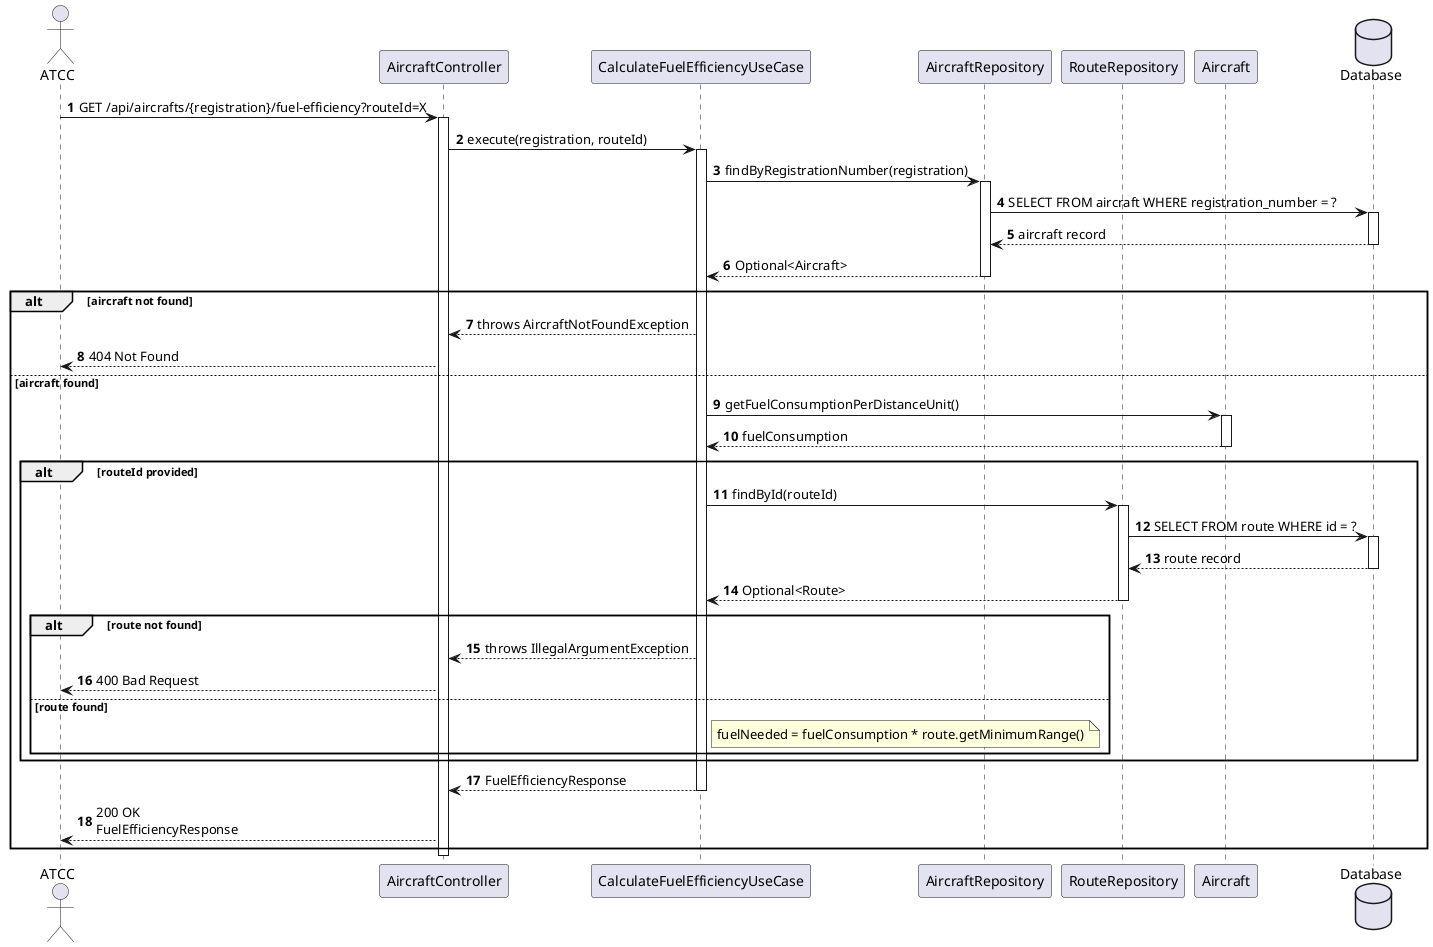
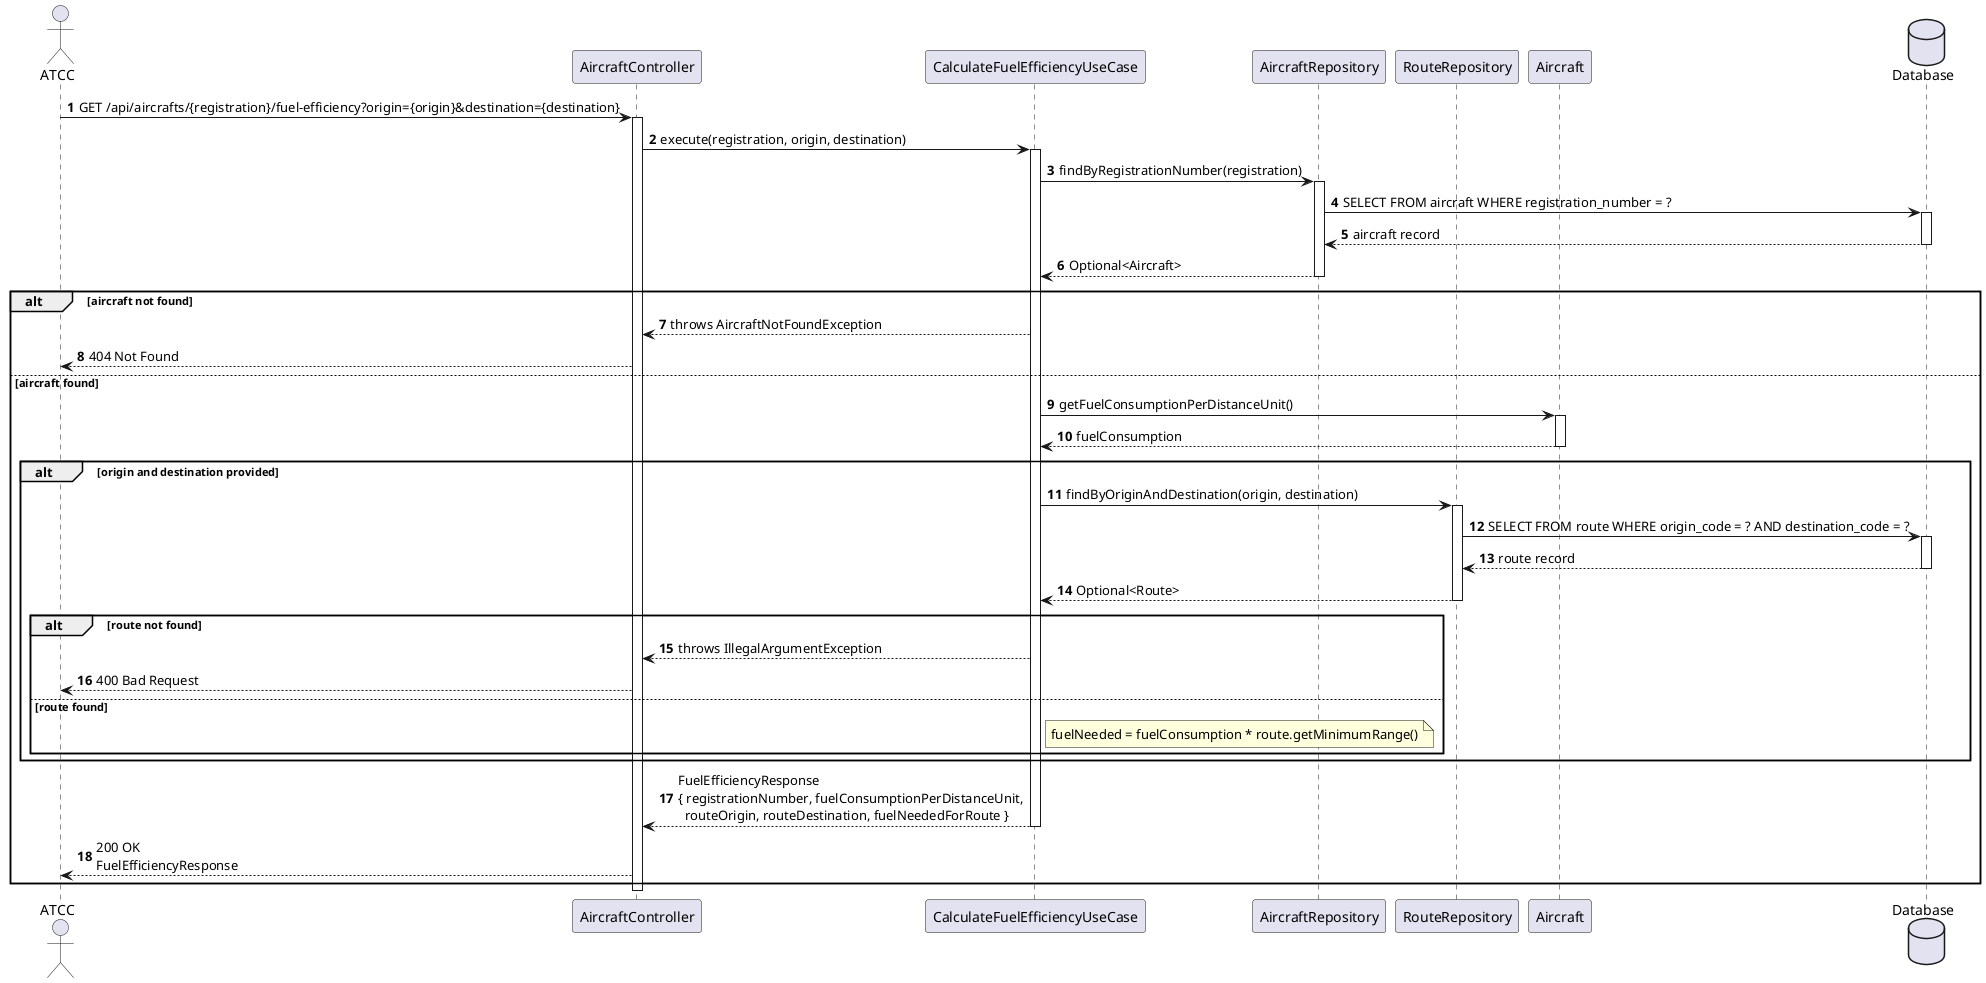
@startuml
autonumber
actor "ATCC" as ATCC
participant "AircraftController" as Ctrl
participant "CalculateFuelEfficiencyUseCase" as UC
participant "AircraftRepository" as Repo
participant "RouteRepository" as RouteRepo
participant "Aircraft" as Aircraft
database "Database" as DB

- ATCC -> Ctrl : GET /api/aircrafts/{registration}/fuel-efficiency?routeId=X
+ ATCC -> Ctrl : GET /api/aircrafts/{registration}/fuel-efficiency?origin={origin}&destination={destination}
activate Ctrl

- Ctrl -> UC : execute(registration, routeId)
+ Ctrl -> UC : execute(registration, origin, destination)
activate UC

UC -> Repo : findByRegistrationNumber(registration)
activate Repo
Repo -> DB : SELECT FROM aircraft WHERE registration_number = ?
activate DB
DB --> Repo : aircraft record
deactivate DB
Repo --> UC : Optional<Aircraft>
deactivate Repo

alt aircraft not found
    UC --> Ctrl : throws AircraftNotFoundException
    Ctrl --> ATCC : 404 Not Found
else aircraft found
    UC -> Aircraft : getFuelConsumptionPerDistanceUnit()
    activate Aircraft
    Aircraft --> UC : fuelConsumption
    deactivate Aircraft

-     alt routeId provided
-         UC -> RouteRepo : findById(routeId)
+     alt origin and destination provided
+         UC -> RouteRepo : findByOriginAndDestination(origin, destination)
        activate RouteRepo
-         RouteRepo -> DB : SELECT FROM route WHERE id = ?
+         RouteRepo -> DB : SELECT FROM route WHERE origin_code = ? AND destination_code = ?
        activate DB
        DB --> RouteRepo : route record
        deactivate DB
        RouteRepo --> UC : Optional<Route>
        deactivate RouteRepo

        alt route not found
            UC --> Ctrl : throws IllegalArgumentException
            Ctrl --> ATCC : 400 Bad Request
        else route found
            note right of UC
                fuelNeeded = fuelConsumption * route.getMinimumRange()
            end note
        end
    end

-     UC --> Ctrl : FuelEfficiencyResponse
+     UC --> Ctrl : FuelEfficiencyResponse\n{ registrationNumber, fuelConsumptionPerDistanceUnit,\n  routeOrigin, routeDestination, fuelNeededForRoute }
    deactivate UC
    Ctrl --> ATCC : 200 OK\nFuelEfficiencyResponse
end

deactivate Ctrl
@enduml
